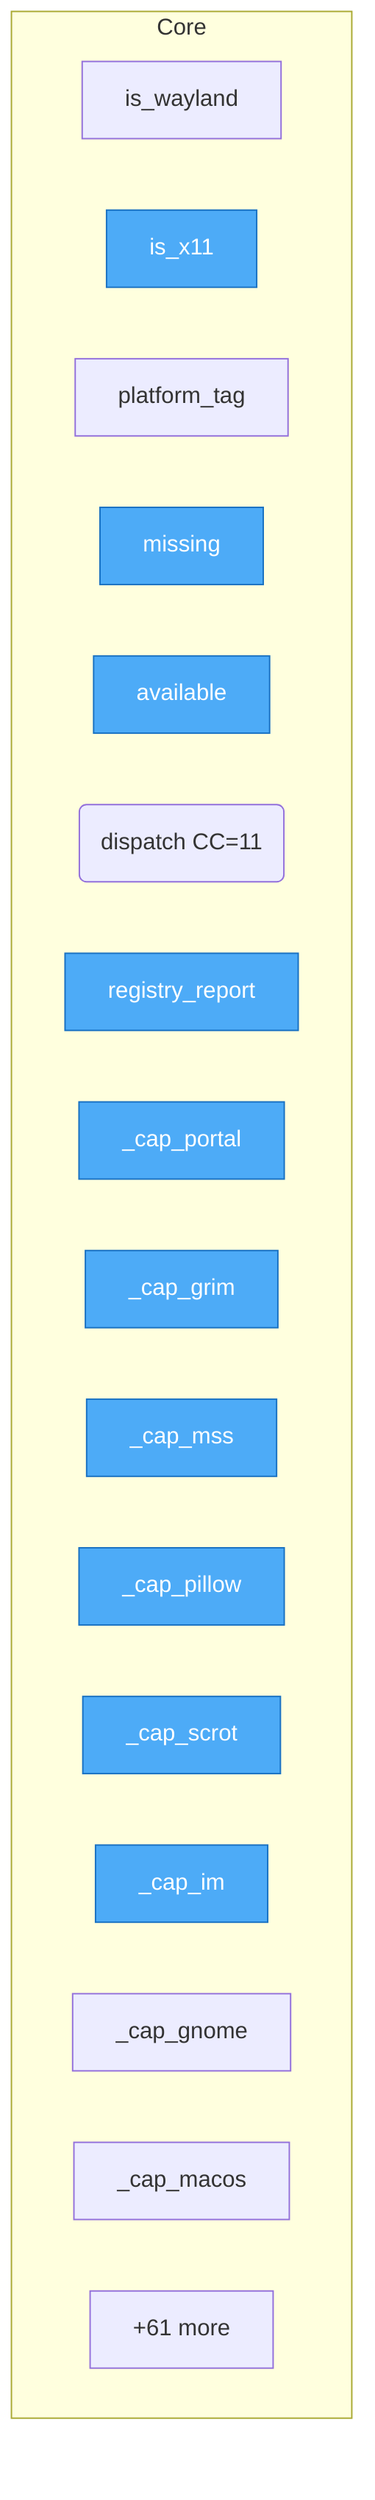
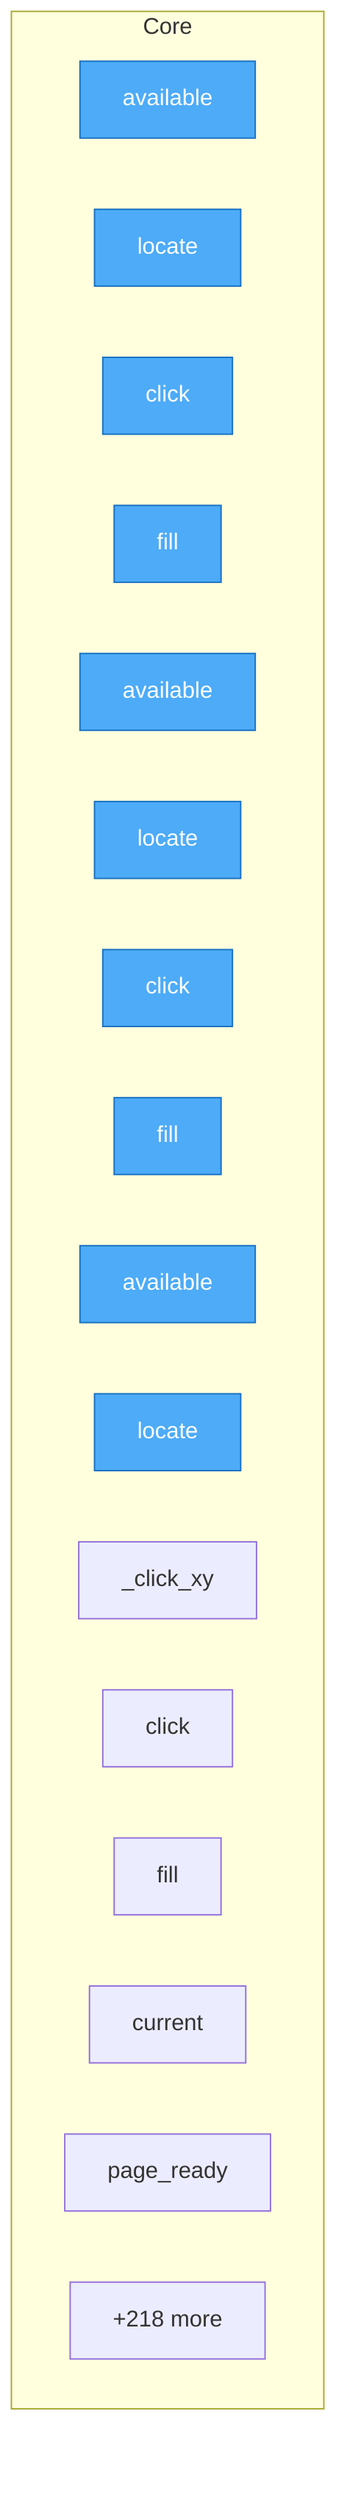
flowchart TD
- %% generated in 0.00s
+ %% generated in 0.01s

    %% Entry points (blue)
    classDef entry fill:#4dabf7,stroke:#1971c2,color:#fff

    subgraph Core
-         urirun_connector_kvm__backends__is_wayland["is_wayland"]
-         urirun_connector_kvm__backends__is_x11["is_x11"]
-         urirun_connector_kvm__backends__platform_tag["platform_tag"]
-         urirun_connector_kvm__backends__Backend__missing["missing"]
-         urirun_connector_kvm__backends__Backend__available["available"]
-         urirun_connector_kvm__backends__dispatch("dispatch CC=11")
-         urirun_connector_kvm__backends__registry_report["registry_report"]
-         urirun_connector_kvm__backends___cap_portal["_cap_portal"]
-         urirun_connector_kvm__backends___cap_grim["_cap_grim"]
-         urirun_connector_kvm__backends___cap_mss["_cap_mss"]
-         urirun_connector_kvm__backends___cap_pillow["_cap_pillow"]
-         urirun_connector_kvm__backends___cap_scrot["_cap_scrot"]
-         urirun_connector_kvm__backends___cap_im["_cap_im"]
-         urirun_connector_kvm__backends___cap_gnome["_cap_gnome"]
-         urirun_connector_kvm__backends___cap_macos["_cap_macos"]
-         ...["+61 more"]
+         urirun_connector_kvm__strategies__CdpStrategy__available["available"]
+         urirun_connector_kvm__strategies__CdpStrategy__locate["locate"]
+         urirun_connector_kvm__strategies__CdpStrategy__click["click"]
+         urirun_connector_kvm__strategies__CdpStrategy__fill["fill"]
+         urirun_connector_kvm__strategies__AtspiStrategy__available["available"]
+         urirun_connector_kvm__strategies__AtspiStrategy__locate["locate"]
+         urirun_connector_kvm__strategies__AtspiStrategy__click["click"]
+         urirun_connector_kvm__strategies__AtspiStrategy__fill["fill"]
+         urirun_connector_kvm__strategies__VisionStrategy__available["available"]
+         urirun_connector_kvm__strategies__VisionStrategy__locate["locate"]
+         urirun_connector_kvm__strategies__VisionStrategy___click_xy["_click_xy"]
+         urirun_connector_kvm__strategies__VisionStrategy__click["click"]
+         urirun_connector_kvm__strategies__VisionStrategy__fill["fill"]
+         urirun_connector_kvm__surface__current["current"]
+         urirun_connector_kvm__cdp__page_ready["page_ready"]
+         ...["+218 more"]
    end

-     class urirun_connector_kvm__backends__is_x11,urirun_connector_kvm__backends__Backend__missing,urirun_connector_kvm__backends__Backend__available,urirun_connector_kvm__backends__registry_report,urirun_connector_kvm__backends___cap_portal,urirun_connector_kvm__backends___cap_grim,urirun_connector_kvm__backends___cap_mss,urirun_connector_kvm__backends___cap_pillow,urirun_connector_kvm__backends___cap_scrot,urirun_connector_kvm__backends___cap_im entry
+     class urirun_connector_kvm__strategies__CdpStrategy__available,urirun_connector_kvm__strategies__CdpStrategy__locate,urirun_connector_kvm__strategies__CdpStrategy__click,urirun_connector_kvm__strategies__CdpStrategy__fill,urirun_connector_kvm__strategies__AtspiStrategy__available,urirun_connector_kvm__strategies__AtspiStrategy__locate,urirun_connector_kvm__strategies__AtspiStrategy__click,urirun_connector_kvm__strategies__AtspiStrategy__fill,urirun_connector_kvm__strategies__VisionStrategy__available,urirun_connector_kvm__strategies__VisionStrategy__locate entry
